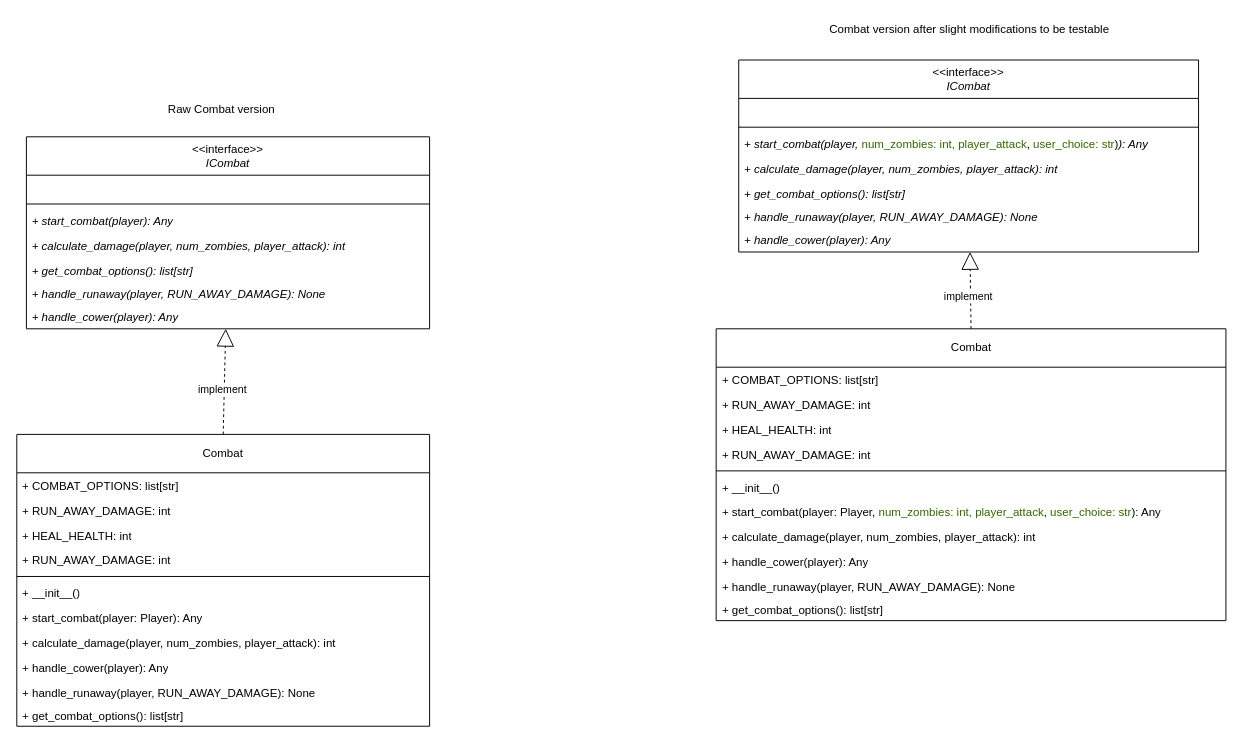
This is page "combat_before" (1 of 2) of src/model/before_pattern.drawio from arsenie-sarmiento/ZombieInMyPocket, a draw.io file, before an edit. Source tidied: cells renumbered, new cells numbered last; positions are measured from the earlier drawing's top-left corner, leaving out a move shared by most shapes. Both pictures are drawn from the tidied source at 96%, with x=0, y=0 at pixel (16, 16).
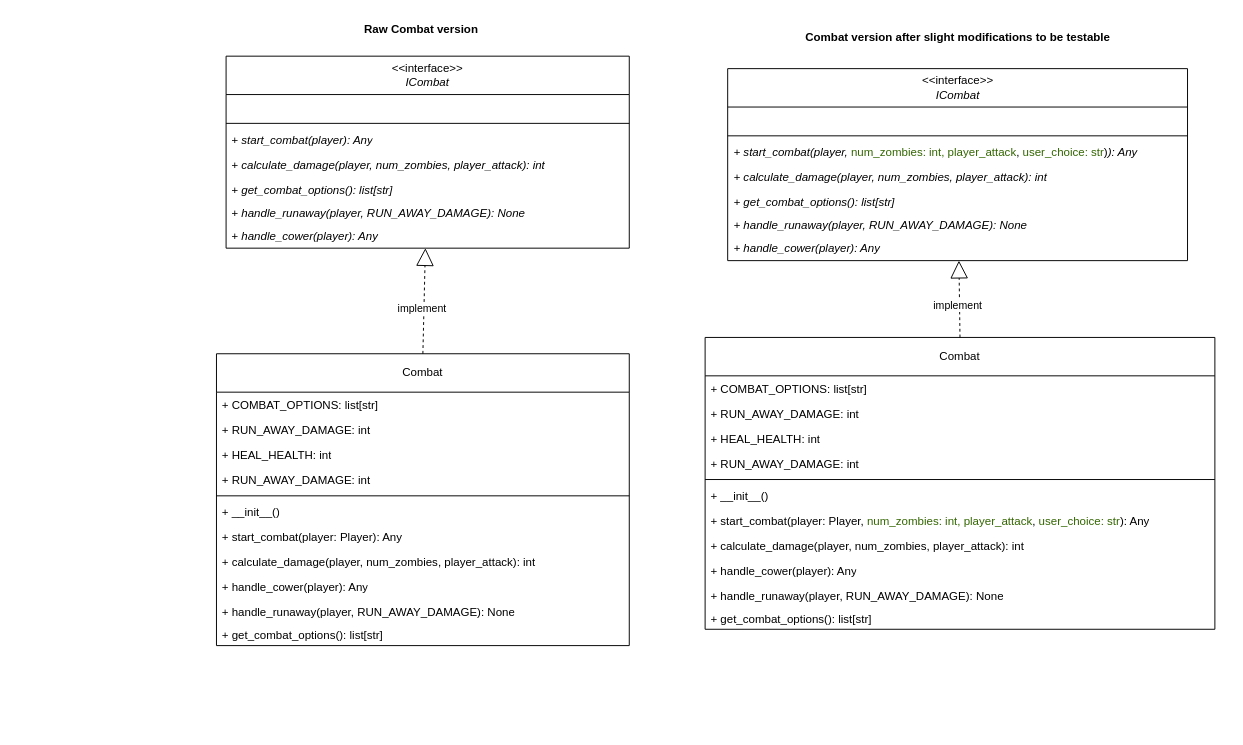
The same page after the edit.

Commit message (it also covers changes not shown here):
fixing combat functionalities

The edit, as a diff of the source:
```diff
@@
     <mxCell id="2" value="Combat" style="swimlane;fontStyle=0;horizontal=1;startSize=40;fillColor=none;whiteSpace=wrap;html=1;" parent="1" vertex="1">
-      <mxGeometry y="435" width="430" height="304" as="geometry" />
+      <mxGeometry x="208" y="351" width="430" height="304" as="geometry" />
     </mxCell>
@@
     <mxCell id="14" value="&amp;lt;&amp;lt;interface&amp;gt;&amp;gt;&lt;br&gt;&lt;i&gt;ICombat&lt;/i&gt;" style="swimlane;fontStyle=0;horizontal=1;startSize=40;fillColor=none;whiteSpace=wrap;html=1;" parent="1" vertex="1">
-      <mxGeometry x="10" y="125" width="420" height="200" as="geometry" />
+      <mxGeometry x="218" y="41" width="420" height="200" as="geometry" />
     </mxCell>
@@
-    <mxCell id="24" value="Raw Combat version" style="text;html=1;align=center;verticalAlign=middle;strokeColor=none;fillColor=none;" parent="1" vertex="1">
-      <mxGeometry x="148" y="84" width="129" height="26" as="geometry" />
+    <mxCell id="24" value="Raw Combat version" style="text;html=1;align=center;verticalAlign=middle;strokeColor=none;fillColor=none;fontStyle=1;" parent="1" vertex="1">
+      <mxGeometry x="356" width="129" height="26" as="geometry" />
     </mxCell>
-    <mxCell id="25" value="Combat version after slight modifications to be testable" style="text;html=1;align=center;verticalAlign=middle;strokeColor=none;fillColor=none;" parent="1" vertex="1">
-      <mxGeometry x="837" width="309" height="26" as="geometry" />
+    <mxCell id="25" value="Combat version after slight modifications to be testable" style="text;html=1;align=center;verticalAlign=middle;strokeColor=none;fillColor=none;fontStyle=1;" parent="1" vertex="1">
+      <mxGeometry x="825.5" y="9" width="309" height="26" as="geometry" />
     </mxCell>
     <mxCell id="26" value="Combat" style="swimlane;fontStyle=0;horizontal=1;startSize=40;fillColor=none;whiteSpace=wrap;html=1;" parent="1" vertex="1">
-      <mxGeometry x="728.5" y="325" width="531" height="304" as="geometry" />
+      <mxGeometry x="717" y="334" width="531" height="304" as="geometry" />
     </mxCell>
@@
     <mxCell id="38" value="&amp;lt;&amp;lt;interface&amp;gt;&amp;gt;&lt;br&gt;&lt;i&gt;ICombat&lt;/i&gt;" style="swimlane;fontStyle=0;horizontal=1;startSize=40;fillColor=none;whiteSpace=wrap;html=1;" parent="1" vertex="1">
-      <mxGeometry x="752" y="45" width="479" height="200" as="geometry" />
+      <mxGeometry x="740.5" y="54" width="479" height="200" as="geometry" />
     </mxCell>
```
